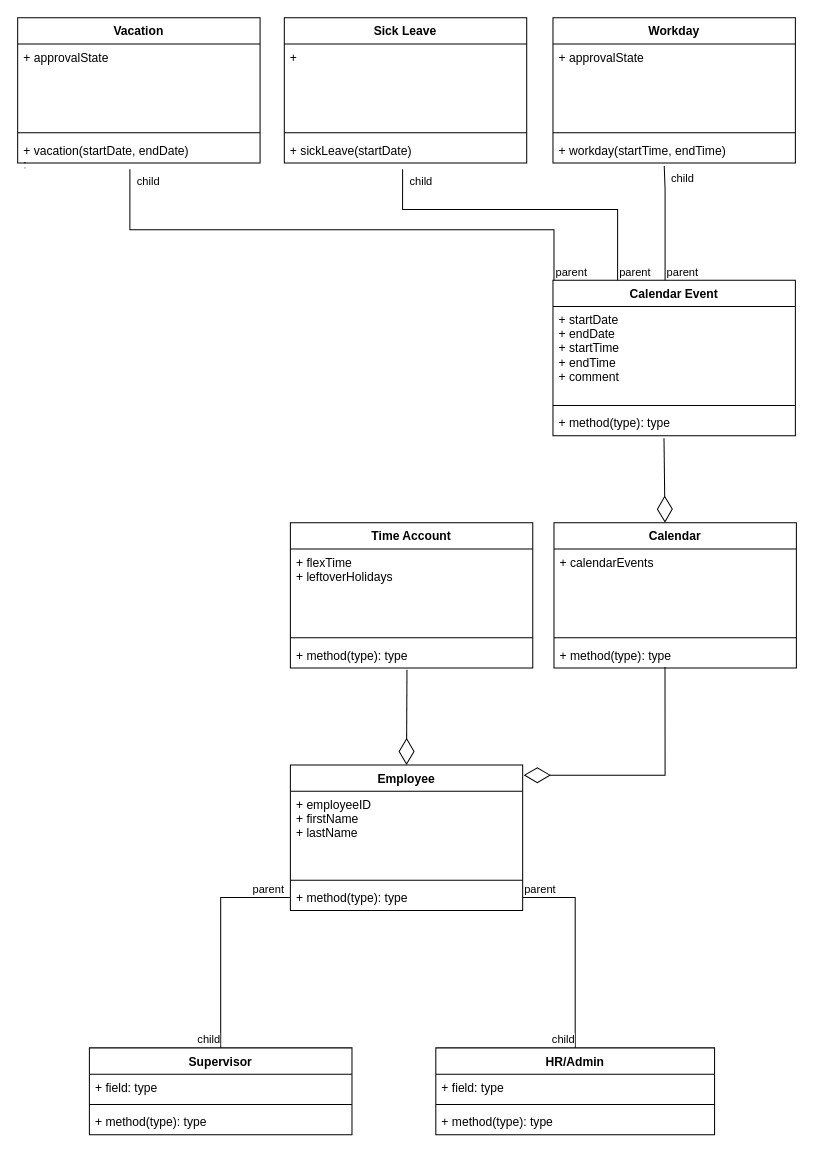
Earlier version of the draw.io diagram Documentation/Models/System Class Diagram.drawio (MY-CLE/Time-Management). Source tidied: cells renumbered, new cells numbered last; positions are measured from the earlier drawing's top-left corner, leaving out a move shared by most shapes. Both pictures are drawn from the tidied source at 101%, with x=0, y=0 at pixel (17, 17).
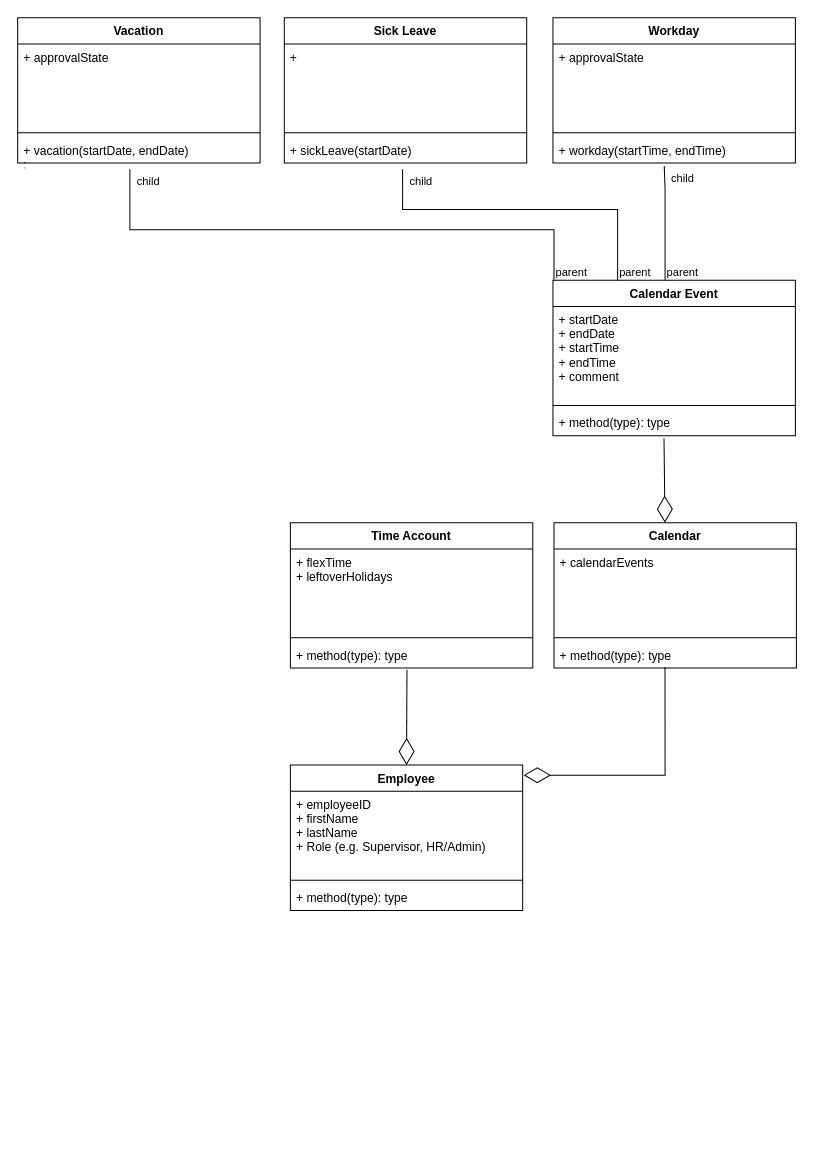
After the change.

Commit message:
Updated System Class Diagram

Unchanged cells that the change refers to:
```xml
<mxCell id="6" value="Employee&#10;" style="swimlane;fontStyle=1;align=center;verticalAlign=top;horizontal=1;startSize=26;" parent="1" vertex="1">
  <mxGeometry x="270" y="740" width="230" height="144" as="geometry" />
</mxCell>
<mxCell id="9" value="+ method(type): type" style="text;strokeColor=none;fillColor=none;align=left;verticalAlign=top;spacingLeft=4;spacingRight=4;overflow=hidden;points=[[0,0.5],[1,0.5]];portConstraint=eastwest;" parent="6" vertex="1">
  <mxGeometry y="118" width="230" height="26" as="geometry" />
</mxCell>
```

Diff of the diagram source:
```diff
@@
-    <mxCell id="2" value="HR/Admin" style="swimlane;fontStyle=1;align=center;verticalAlign=top;horizontal=1;startSize=26;" parent="1" vertex="1">
-      <mxGeometry x="414" y="1020" width="276" height="86" as="geometry" />
-    </mxCell>
-    <mxCell id="3" value="+ field: type" style="text;strokeColor=none;fillColor=none;align=left;verticalAlign=top;spacingLeft=4;spacingRight=4;overflow=hidden;" parent="2" vertex="1">
-      <mxGeometry y="26" width="276" height="26" as="geometry" />
-    </mxCell>
-    <mxCell id="4" style="line;strokeWidth=1;fillColor=none;align=left;verticalAlign=middle;spacingTop=-1;spacingLeft=3;spacingRight=3;labelPosition=right;strokeColor=inherit;" parent="2" vertex="1">
-      <mxGeometry y="52" width="276" height="8" as="geometry" />
-    </mxCell>
-    <mxCell id="5" value="+ method(type): type" style="text;strokeColor=none;fillColor=none;align=left;verticalAlign=top;spacingLeft=4;spacingRight=4;overflow=hidden;" parent="2" vertex="1">
-      <mxGeometry y="60" width="276" height="26" as="geometry" />
-    </mxCell>
@@
-    <mxCell id="7" value="+ employeeID&#10;+ firstName&#10;+ lastName" style="text;strokeColor=none;fillColor=none;align=left;verticalAlign=top;spacingLeft=4;spacingRight=4;overflow=hidden;" parent="6" vertex="1">
+    <mxCell id="7" value="+ employeeID&#10;+ firstName&#10;+ lastName&#10;+ Role (e.g. Supervisor, HR/Admin)" style="text;strokeColor=none;fillColor=none;align=left;verticalAlign=top;spacingLeft=4;spacingRight=4;overflow=hidden;" parent="6" vertex="1">
       <mxGeometry y="26" width="230" height="84" as="geometry" />
     </mxCell>
@@
-    <mxCell id="10" value="Supervisor" style="swimlane;fontStyle=1;align=center;verticalAlign=top;horizontal=1;startSize=26;" parent="1" vertex="1">
-      <mxGeometry x="71" y="1020" width="260" height="86" as="geometry" />
-    </mxCell>
-    <mxCell id="11" value="+ field: type" style="text;strokeColor=none;fillColor=none;align=left;verticalAlign=top;spacingLeft=4;spacingRight=4;overflow=hidden;" parent="10" vertex="1">
-      <mxGeometry y="26" width="260" height="26" as="geometry" />
-    </mxCell>
-    <mxCell id="12" style="line;strokeWidth=1;fillColor=none;align=left;verticalAlign=middle;spacingTop=-1;spacingLeft=3;spacingRight=3;labelPosition=right;strokeColor=inherit;" parent="10" vertex="1">
-      <mxGeometry y="52" width="260" height="8" as="geometry" />
-    </mxCell>
-    <mxCell id="13" value="+ method(type): type" style="text;strokeColor=none;fillColor=none;align=left;verticalAlign=top;spacingLeft=4;spacingRight=4;overflow=hidden;" parent="10" vertex="1">
-      <mxGeometry y="60" width="260" height="26" as="geometry" />
-    </mxCell>
-    <mxCell id="14" style="endArrow=none;html=1;edgeStyle=orthogonalEdgeStyle;rounded=0;entryX=0.5;entryY=0;entryDx=0;entryDy=0;exitX=1;exitY=0.5;exitDx=0;exitDy=0;" parent="1" edge="1" source="9" target="2">
-      <mxGeometry relative="1" as="geometry" />
-    </mxCell>
-    <mxCell id="15" value="parent" style="edgeLabel;html=1;align=left;verticalAlign=bottom;" parent="14" vertex="1">
-      <mxGeometry x="-1" relative="1" as="geometry" />
-    </mxCell>
-    <mxCell id="16" value="child" style="edgeLabel;html=1;align=right;verticalAlign=bottom;" parent="14" vertex="1">
-      <mxGeometry x="1" relative="1" as="geometry" />
-    </mxCell>
-    <mxCell id="17" style="endArrow=none;html=1;edgeStyle=orthogonalEdgeStyle;rounded=0;entryX=0.5;entryY=0;entryDx=0;entryDy=0;exitX=0;exitY=0.5;exitDx=0;exitDy=0;" parent="1" edge="1" source="9" target="10">
-      <mxGeometry relative="1" as="geometry" />
-    </mxCell>
-    <mxCell id="18" value="parent" style="edgeLabel;html=1;align=left;verticalAlign=bottom;" parent="17" vertex="1">
-      <mxGeometry x="-1" relative="1" as="geometry">
-        <mxPoint x="-39" as="offset" />
-      </mxGeometry>
-    </mxCell>
-    <mxCell id="19" value="child" style="edgeLabel;html=1;align=right;verticalAlign=bottom;" parent="17" vertex="1">
-      <mxGeometry x="1" relative="1" as="geometry" />
-    </mxCell>
```
